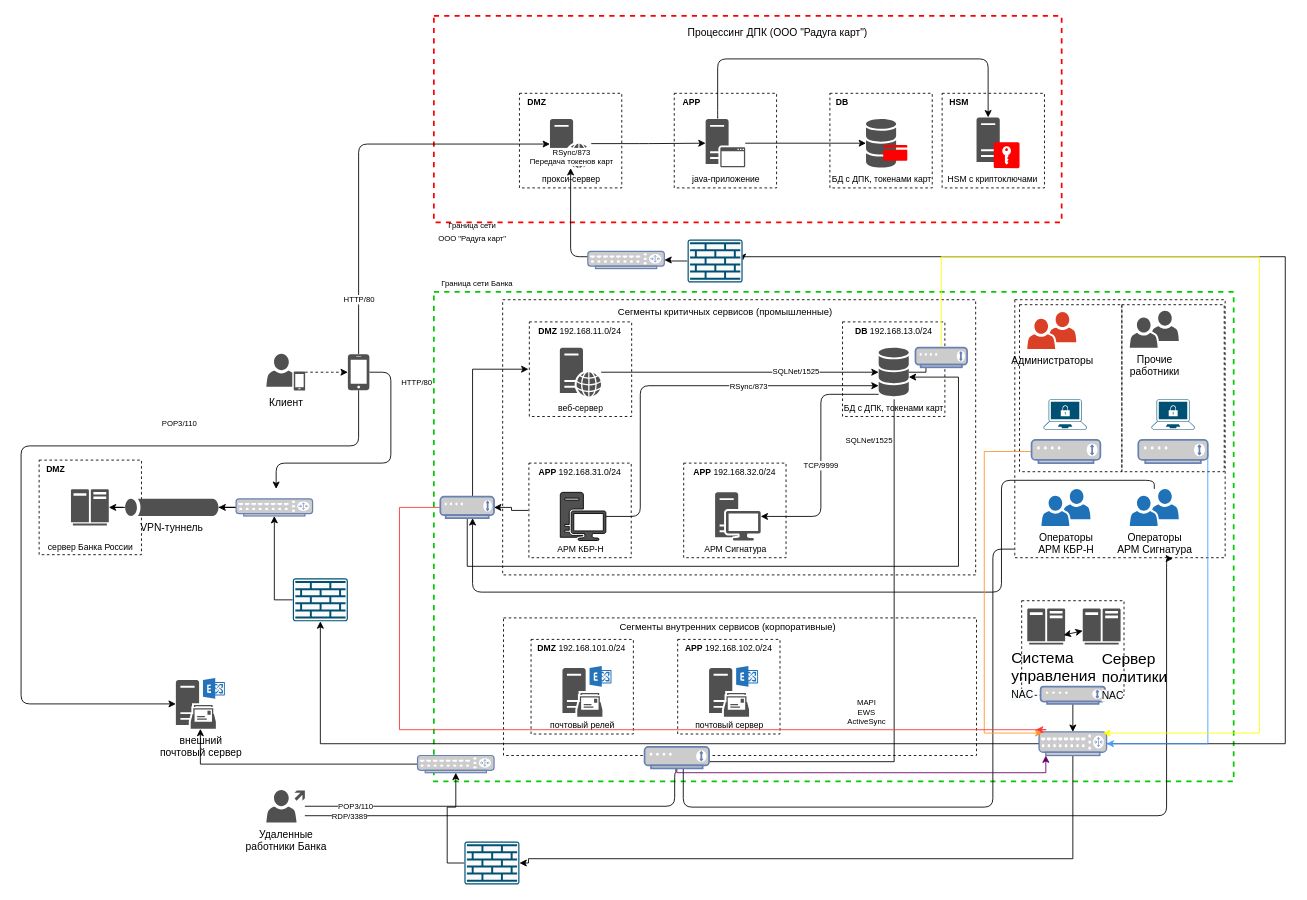
Earlier version of the draw.io diagram ДЗ - Лекция 2 - Схема инфраструктуры Банка Троянский.drawio (KotFedot21/-_1). Source tidied: cells renumbered, new cells numbered last; positions are measured from the earlier drawing's top-left corner, leaving out a move shared by most shapes. Both pictures are drawn from the tidied source at 86%, with x=0, y=0 at pixel (21, 15).
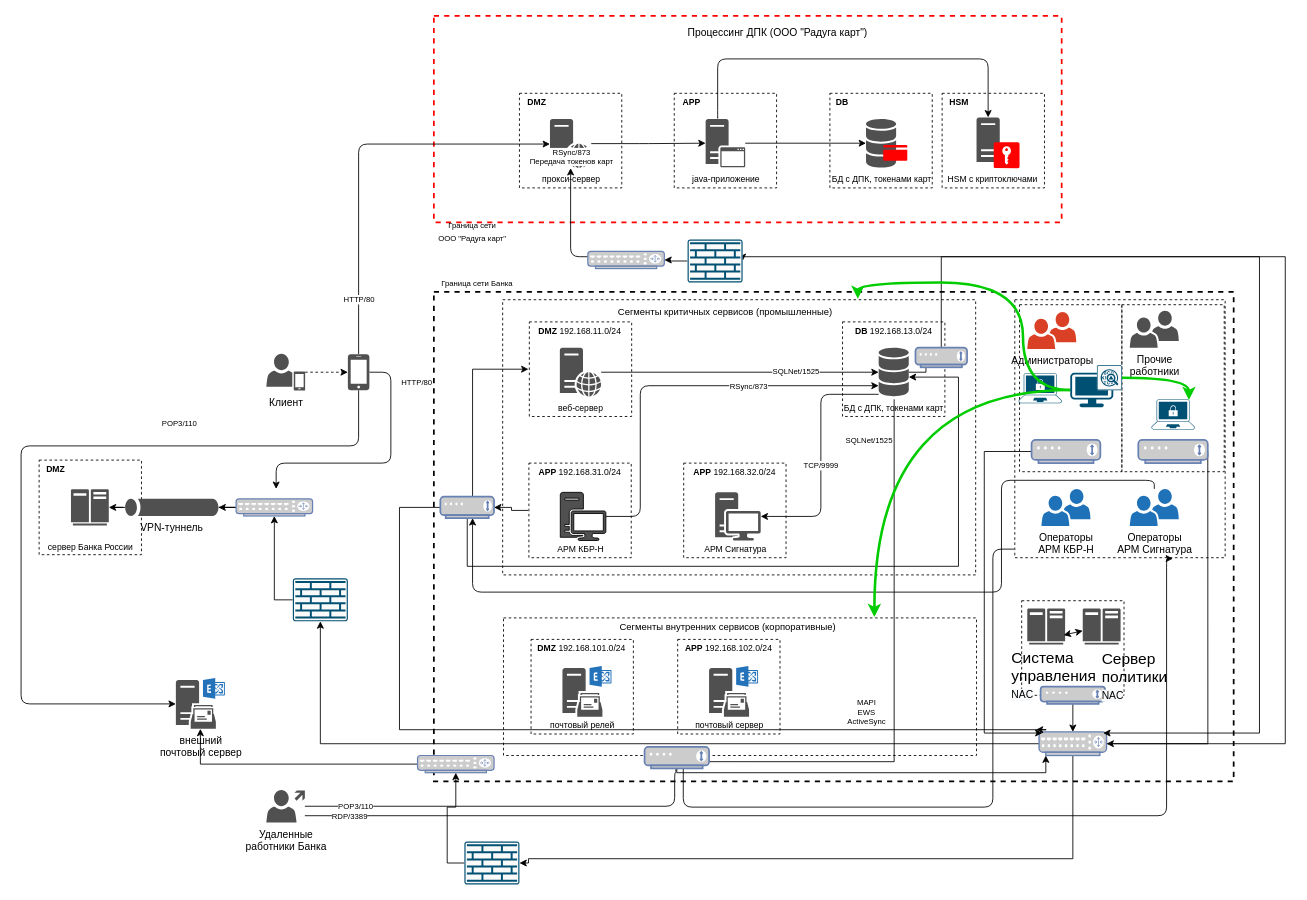
The same diagram, later.

Commit message:
сканер уязвимости

Unchanged cells that the change refers to:
```xml
<mxCell id="7" style="rounded=0;whiteSpace=wrap;html=1;fillColor=none;dashed=1;strokeWidth=1;perimeterSpacing=1;strokeColor=#000000;" parent="1" vertex="1">
  <mxGeometry x="561" y="700" width="550" height="160" as="geometry" />
</mxCell>
<mxCell id="8" style="rounded=0;whiteSpace=wrap;html=1;fillColor=none;dashed=1;strokeWidth=1;perimeterSpacing=1;strokeColor=#000000;" parent="1" vertex="1">
  <mxGeometry x="560" y="330" width="550" height="320" as="geometry" />
</mxCell>
<mxCell id="107" style="fontColor=#0066CC;verticalAlign=top;verticalLabelPosition=bottom;labelPosition=center;align=center;html=1;outlineConnect=0;fillColor=#CCCCCC;strokeColor=#6881B3;gradientColor=none;gradientDirection=north;strokeWidth=2;shape=mxgraph.networks.router;" parent="1" vertex="1">
  <mxGeometry x="1183.7" y="832.5" width="78.5" height="27.5" as="geometry" />
</mxCell>
<mxCell id="109" style="points=[[0.13,0.02,0],[0.5,0,0],[0.87,0.02,0],[0.885,0.4,0],[0.985,0.985,0],[0.5,1,0],[0.015,0.985,0],[0.115,0.4,0]];verticalLabelPosition=bottom;sketch=0;html=1;verticalAlign=top;align=center;shape=mxgraph.cisco19.secure_endpoints;fillColor=#005073;strokeColor=none;" parent="1" vertex="1">
  <mxGeometry x="1314.5" y="446" width="50" height="35" as="geometry" />
</mxCell>
<mxCell id="111" style="fontColor=#0066CC;verticalAlign=top;verticalLabelPosition=bottom;labelPosition=center;align=center;html=1;outlineConnect=0;fillColor=#CCCCCC;strokeColor=#6881B3;gradientColor=none;gradientDirection=north;strokeWidth=2;shape=mxgraph.networks.modem;" parent="1" vertex="1">
  <mxGeometry x="1175" y="493" width="80" height="27" as="geometry" />
</mxCell>
<mxCell id="113" style="fontColor=#0066CC;verticalAlign=top;verticalLabelPosition=bottom;labelPosition=center;align=center;html=1;outlineConnect=0;fillColor=#CCCCCC;strokeColor=#6881B3;gradientColor=none;gradientDirection=north;strokeWidth=2;shape=mxgraph.networks.modem;" parent="1" vertex="1">
  <mxGeometry x="1299.1" y="493" width="80.8" height="27" as="geometry" />
</mxCell>
<mxCell id="117" style="fontColor=#0066CC;verticalAlign=top;verticalLabelPosition=bottom;labelPosition=center;align=center;html=1;outlineConnect=0;fillColor=#CCCCCC;strokeColor=#6881B3;gradientColor=none;gradientDirection=north;strokeWidth=2;shape=mxgraph.networks.modem;" parent="1" vertex="1">
  <mxGeometry x="725" y="850" width="75" height="25" as="geometry" />
</mxCell>
<mxCell id="125" style="fontColor=#0066CC;verticalAlign=top;verticalLabelPosition=bottom;labelPosition=center;align=center;html=1;outlineConnect=0;fillColor=#CCCCCC;strokeColor=#6881B3;gradientColor=none;gradientDirection=north;strokeWidth=2;shape=mxgraph.networks.modem;" parent="1" vertex="1">
  <mxGeometry x="487.5" y="559" width="62.5" height="25" as="geometry" />
</mxCell>
<mxCell id="136" style="fontColor=#0066CC;verticalAlign=top;verticalLabelPosition=bottom;labelPosition=center;align=center;html=1;outlineConnect=0;fillColor=#CCCCCC;strokeColor=#6881B3;gradientColor=none;gradientDirection=north;strokeWidth=2;shape=mxgraph.networks.modem;" parent="1" vertex="1">
  <mxGeometry x="1040" y="385.8" width="60" height="22.8" as="geometry" />
</mxCell>
```

Change to the diagram source:
```diff
@@
-    <mxCell id="5" style="rounded=0;whiteSpace=wrap;html=1;fillColor=none;dashed=1;strokeWidth=2;perimeterSpacing=1;strokeColor=#00CC00;" parent="1" vertex="1">
+    <mxCell id="5" style="rounded=0;whiteSpace=wrap;html=1;fillColor=none;dashed=1;strokeWidth=2;perimeterSpacing=1;strokeColor=#000000;" parent="1" vertex="1">
       <mxGeometry x="480" y="321" width="930" height="569" as="geometry" />
     </mxCell>
@@
     <mxCell id="108" style="verticalLabelPosition=bottom;sketch=0;html=1;verticalAlign=top;align=center;shape=mxgraph.cisco19.secure_endpoints;fillColor=#005073;strokeColor=none;" parent="1" vertex="1">
-      <mxGeometry x="1189" y="446" width="50" height="35" as="geometry" />
+      <mxGeometry x="1160" y="415.4" width="50" height="35" as="geometry" />
     </mxCell>
@@
-    <mxCell id="110" style="edgeStyle=orthogonalEdgeStyle;rounded=0;jettySize=auto;html=1;entryX=0.05;entryY=0.05;entryDx=0;entryDy=0;entryPerimeter=0;strokeColor=#FF9429;" parent="1" edge="1" source="111" target="107">
+    <mxCell id="110" style="edgeStyle=orthogonalEdgeStyle;rounded=0;jettySize=auto;html=1;entryX=0.05;entryY=0.05;entryDx=0;entryDy=0;entryPerimeter=0;strokeColor=#000000;" parent="1" edge="1" source="111" target="107">
       <mxGeometry relative="1" as="geometry">
         <Array as="points">
           <mxPoint x="1120" y="507" />
           <mxPoint x="1120" y="834" />
         </Array>
       </mxGeometry>
     </mxCell>
@@
-    <mxCell id="112" style="edgeStyle=orthogonalEdgeStyle;rounded=0;jettySize=auto;html=1;entryX=1;entryY=0.5;entryDx=0;entryDy=0;entryPerimeter=0;strokeColor=#479DFF;" parent="1" edge="1" source="113" target="107">
+    <mxCell id="112" style="edgeStyle=orthogonalEdgeStyle;rounded=0;jettySize=auto;html=1;entryX=1;entryY=0.5;entryDx=0;entryDy=0;entryPerimeter=0;strokeColor=#000000;" parent="1" edge="1" source="113" target="107">
       <mxGeometry relative="1" as="geometry">
         <Array as="points">
           <mxPoint x="1380" y="846" />
         </Array>
       </mxGeometry>
     </mxCell>
@@
-    <mxCell id="116" style="edgeStyle=orthogonalEdgeStyle;rounded=0;jettySize=auto;html=1;entryX=0.1;entryY=1;entryDx=0;entryDy=0;entryPerimeter=0;strokeColor=#660066;" parent="1" edge="1" source="117" target="107">
+    <mxCell id="116" style="edgeStyle=orthogonalEdgeStyle;rounded=0;jettySize=auto;html=1;entryX=0.1;entryY=1;entryDx=0;entryDy=0;entryPerimeter=0;strokeColor=#000000;" parent="1" edge="1" source="117" target="107">
       <mxGeometry relative="1" as="geometry">
         <Array as="points">
           <mxPoint x="762" y="880" />
           <mxPoint x="1192" y="880" />
           <mxPoint x="1192" y="860" />
         </Array>
       </mxGeometry>
     </mxCell>
@@
-    <mxCell id="124" style="edgeStyle=orthogonalEdgeStyle;rounded=0;jettySize=auto;html=1;strokeColor=#FF3333;" parent="1" edge="1" source="125">
+    <mxCell id="124" style="edgeStyle=orthogonalEdgeStyle;rounded=0;jettySize=auto;html=1;strokeColor=#000000;" parent="1" edge="1" source="125">
       <mxGeometry relative="1" as="geometry">
         <mxPoint x="1180" y="830" as="targetPoint" />
         <Array as="points">
           <mxPoint x="440" y="572" />
           <mxPoint x="440" y="830" />
           <mxPoint x="1192" y="830" />
         </Array>
       </mxGeometry>
     </mxCell>
@@
-    <mxCell id="135" style="edgeStyle=orthogonalEdgeStyle;rounded=0;jettySize=auto;html=1;strokeColor=#FFFF00;entryX=0.95;entryY=0.05;entryDx=0;entryDy=0;entryPerimeter=0;" parent="1" edge="1" source="136" target="107">
+    <mxCell id="135" style="edgeStyle=orthogonalEdgeStyle;rounded=0;jettySize=auto;html=1;strokeColor=#000000;entryX=0.95;entryY=0.05;entryDx=0;entryDy=0;entryPerimeter=0;" parent="1" edge="1" source="136" target="107">
       <mxGeometry relative="1" as="geometry">
         <Array as="points">
           <mxPoint x="1070" y="280" />
           <mxPoint x="1440" y="280" />
           <mxPoint x="1440" y="834" />
         </Array>
       </mxGeometry>
     </mxCell>
@@
+    <mxCell id="138" style="edgeStyle=orthogonalEdgeStyle;rounded=0;jettySize=auto;html=1;entryX=0.75;entryY=0;entryDx=0;entryDy=0;strokeColor=#00CC00;curved=1;fillColor=#60a917;strokeWidth=3;" parent="1" edge="1" source="140" target="8">
+      <mxGeometry relative="1" as="geometry" />
+    </mxCell>
+    <mxCell id="139" style="edgeStyle=orthogonalEdgeStyle;curved=1;rounded=0;jettySize=auto;html=1;entryX=0.783;entryY=0;entryDx=0;entryDy=0;entryPerimeter=0;strokeColor=#00CC00;strokeWidth=3;" parent="1" edge="1" source="140" target="7">
+      <mxGeometry relative="1" as="geometry" />
+    </mxCell>
+    <mxCell id="140" style="points=[[0.03,0.03,0],[0.5,0,0],[0.97,0.03,0],[1,0.4,0],[0.97,0.745,0],[0.5,1,0],[0.03,0.745,0],[0,0.4,0]];verticalLabelPosition=bottom;sketch=0;html=1;verticalAlign=top;align=center;shape=mxgraph.cisco19.workstation;fillColor=#005073;strokeColor=none;" parent="1" vertex="1">
+      <mxGeometry x="1220" y="415" width="50" height="40" as="geometry" />
+    </mxCell>
+    <mxCell id="141" style="edgeStyle=orthogonalEdgeStyle;curved=1;rounded=0;jettySize=auto;html=1;entryX=0.87;entryY=0.02;entryDx=0;entryDy=0;entryPerimeter=0;strokeColor=#00CC00;strokeWidth=3;" parent="1" edge="1" source="142" target="109">
+      <mxGeometry relative="1" as="geometry" />
+    </mxCell>
+    <mxCell id="142" style="sketch=0;points=[[0.015,0.015,0],[0.985,0.015,0],[0.985,0.985,0],[0.015,0.985,0],[0.25,0,0],[0.5,0,0],[0.75,0,0],[1,0.25,0],[1,0.5,0],[1,0.75,0],[0.75,1,0],[0.5,1,0],[0.25,1,0],[0,0.75,0],[0,0.5,0],[0,0.25,0]];verticalLabelPosition=bottom;html=1;verticalAlign=top;align=center;shape=mxgraph.cisco19.rect;prIcon=anomaly_detection;fillColor=#FAFAFA;strokeColor=#005073;" parent="1" vertex="1">
+      <mxGeometry x="1251" y="406.3" width="29" height="29" as="geometry" />
+    </mxCell>
```
